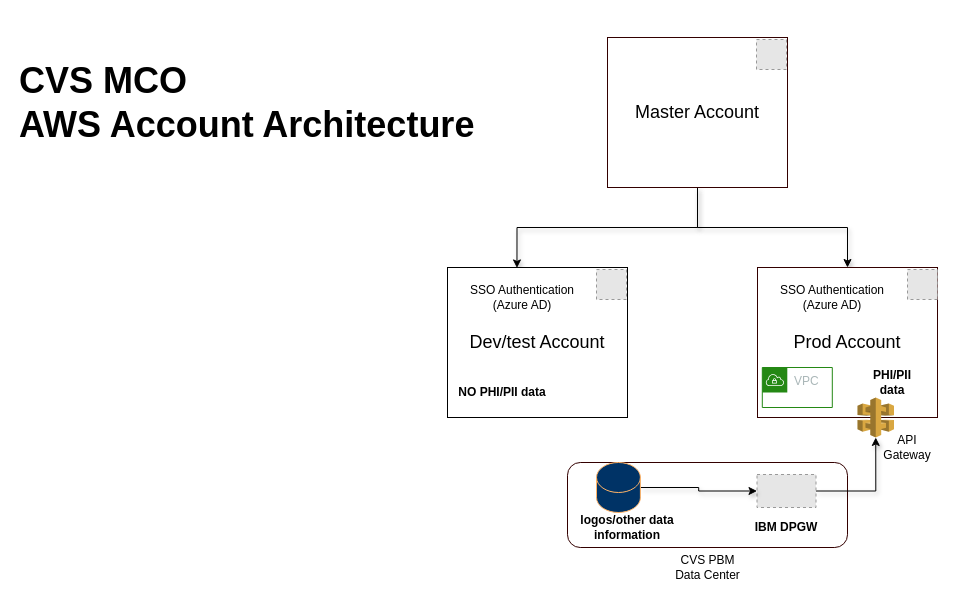
Earlier version of the draw.io diagram algoss/Untitled Diagram.drawio (ankitgoyal15654/personal_work). Source tidied: cells renumbered, new cells numbered last; positions are measured from the earlier drawing's top-left corner, leaving out a move shared by most shapes. Both pictures are drawn from the tidied source at 100%, with x=0, y=0 at pixel (17, 17). Pictures stored in the file or linked from it are replaced by grey dashed boxes.
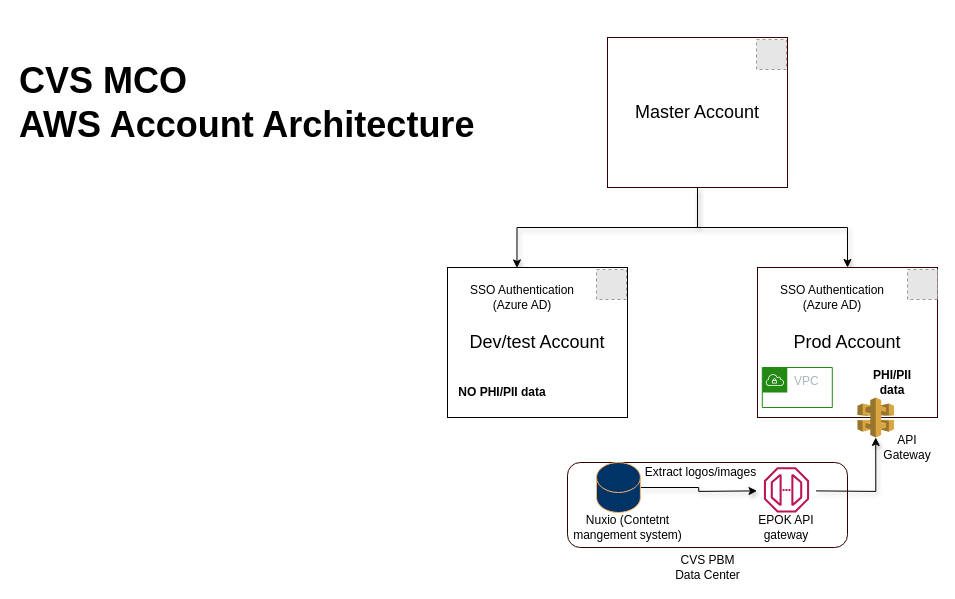
The same page after the edit.

The change refers to these unchanged cells:
```xml
<mxCell id="11" style="shape=cylinder3;whiteSpace=wrap;html=1;boundedLbl=1;backgroundOutline=1;size=15;strokeColor=#FFB366;fillColor=#003366;" parent="1" vertex="1">
  <mxGeometry x="579" y="445" width="43.9" height="50" as="geometry" />
</mxCell>
<mxCell id="23" style="outlineConnect=0;dashed=0;verticalLabelPosition=bottom;verticalAlign=top;align=center;html=1;shape=mxgraph.aws3.api_gateway;fillColor=#D9A741;gradientColor=none;strokeColor=#330000;" parent="1" vertex="1">
  <mxGeometry x="840" y="380" width="36.5" height="40" as="geometry" />
</mxCell>
```

Change to the diagram source:
```diff
@@
-    <mxCell id="8" style="edgeStyle=orthogonalEdgeStyle;rounded=0;jettySize=auto;html=1;shadow=1;strokeColor=#000000;entryX=0.5;entryY=1;entryDx=0;entryDy=0;entryPerimeter=0;" parent="1" edge="1" source="9" target="23">
-      <mxGeometry relative="1" as="geometry" />
+    <mxCell id="8" style="edgeStyle=orthogonalEdgeStyle;rounded=0;jettySize=auto;html=1;shadow=1;strokeColor=#000000;entryX=0.5;entryY=1;entryDx=0;entryDy=0;entryPerimeter=0;" parent="1" edge="1" target="23">
+      <mxGeometry relative="1" as="geometry">
+        <mxPoint x="798.5" y="473.4" as="sourcePoint" />
+      </mxGeometry>
     </mxCell>
-    <mxCell id="9" style="fillColor=#E6E6E6;strokeColor=#999999;dashed=1;verticalLabelPosition=bottom;labelBackgroundColor=#ffffff;verticalAlign=top;" parent="1" vertex="1">
-      <mxGeometry x="739.5" y="457" width="59" height="33" as="geometry" />
-    </mxCell>
-    <mxCell id="10" style="edgeStyle=orthogonalEdgeStyle;rounded=0;jettySize=auto;html=1;shadow=1;strokeColor=#000000;" parent="1" edge="1" source="11" target="9">
-      <mxGeometry relative="1" as="geometry" />
+    <mxCell id="10" style="edgeStyle=orthogonalEdgeStyle;rounded=0;jettySize=auto;html=1;shadow=1;strokeColor=#000000;" parent="1" edge="1" source="11">
+      <mxGeometry relative="1" as="geometry">
+        <mxPoint x="739.5" y="473.4" as="targetPoint" />
+      </mxGeometry>
     </mxCell>
@@
-    <mxCell id="18" value="logos/other data information" style="text;html=1;strokeColor=none;fillColor=none;align=center;verticalAlign=middle;whiteSpace=wrap;rounded=0;fontStyle=1;" parent="1" vertex="1">
-      <mxGeometry x="560" y="495" width="100" height="30" as="geometry" />
-    </mxCell>
-    <mxCell id="19" value="IBM DPGW" style="text;html=1;strokeColor=none;fillColor=none;align=center;verticalAlign=middle;whiteSpace=wrap;rounded=0;fontStyle=1;" parent="1" vertex="1">
-      <mxGeometry x="719" y="495" width="100" height="30" as="geometry" />
-    </mxCell>
@@
+    <mxCell id="26" style="fontColor=#232F3E;gradientColor=none;fillColor=#BC1356;strokeColor=none;dashed=0;verticalLabelPosition=bottom;verticalAlign=top;align=center;html=1;fontSize=12;fontStyle=0;shape=mxgraph.aws4.endpoint;" parent="1" vertex="1">
+      <mxGeometry x="746.4" y="449.8" width="45.2" height="45.2" as="geometry" />
+    </mxCell>
+    <mxCell id="27" value="EPOK API gateway" style="text;html=1;strokeColor=none;fillColor=none;align=center;verticalAlign=middle;whiteSpace=wrap;rounded=0;" parent="1" vertex="1">
+      <mxGeometry x="719" y="500" width="100" height="20" as="geometry" />
+    </mxCell>
+    <mxCell id="28" value="Nuxio (Contetnt mangement system)" style="text;html=1;strokeColor=none;fillColor=none;align=center;verticalAlign=middle;whiteSpace=wrap;rounded=0;" parent="1" vertex="1">
+      <mxGeometry x="550" y="500" width="121.1" height="20" as="geometry" />
+    </mxCell>
+    <mxCell id="29" value="Extract logos/images" style="text;html=1;strokeColor=none;fillColor=none;align=center;verticalAlign=middle;whiteSpace=wrap;rounded=0;" parent="1" vertex="1">
+      <mxGeometry x="622.9" y="445" width="121.1" height="20" as="geometry" />
+    </mxCell>
```
